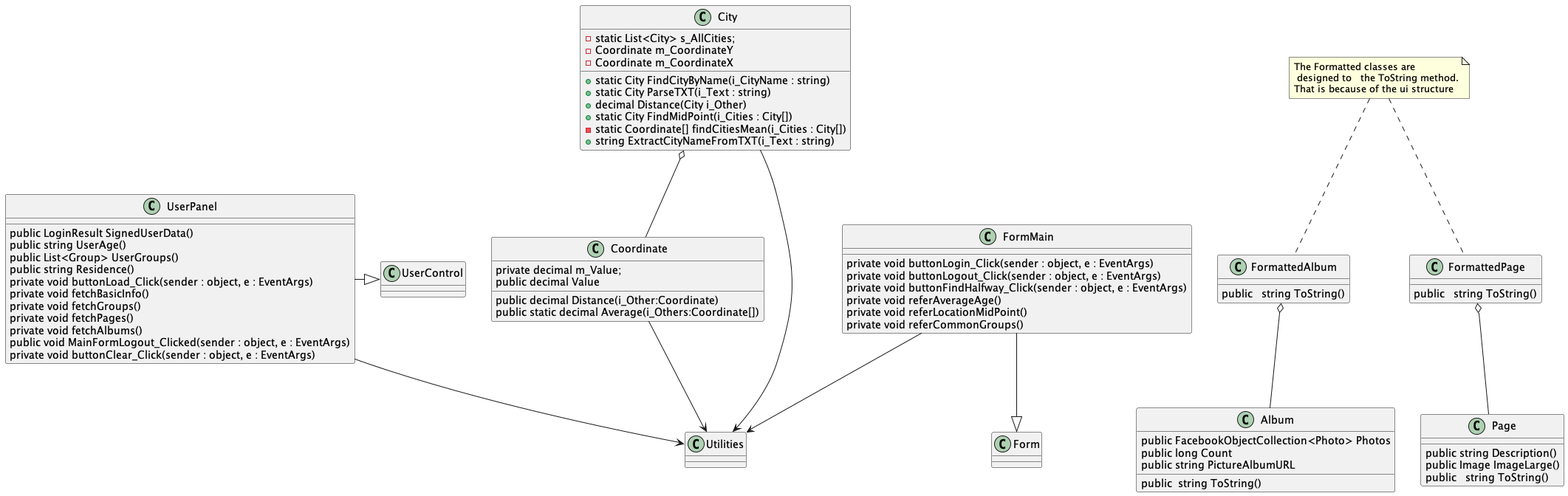
Before: Diagrams/AppClasses.png, a diagram exported from PlantUML (GilPasi/Design-Patterns-Course). The source it was exported from:
```plantuml
@startuml
class City
{
    -static List<City> s_AllCities;
    -Coordinate m_CoordinateY
    -Coordinate m_CoordinateX

    +static City FindCityByName(i_CityName : string)
    +static City ParseTXT(i_Text : string)
    +decimal Distance(City i_Other)
    +static City FindMidPoint(i_Cities : City[])
    -static Coordinate[] findCitiesMean(i_Cities : City[])
    +string ExtractCityNameFromTXT(i_Text : string)
}

class Coordinate
{
    private decimal m_Value;
    public decimal Value
    public decimal Distance(i_Other:Coordinate)
    public static decimal Average(i_Others:Coordinate[])
}
class FormattedAlbum
{
    public   string ToString()
}
class FormattedPage
{
    public   string ToString()
}
class FormMain{
    private void buttonLogin_Click(sender : object, e : EventArgs)
    private void buttonLogout_Click(sender : object, e : EventArgs)
    private void buttonFindHalfway_Click(sender : object, e : EventArgs)
    private void referAverageAge()
    private void referLocationMidPoint()
    private void referCommonGroups()
}

class UserPanel
{
    public LoginResult SignedUserData()
    public string UserAge()
    public List<Group> UserGroups()
    public string Residence()
    private void buttonLoad_Click(sender : object, e : EventArgs)
    private void fetchBasicInfo()
    private void fetchGroups()
    private void fetchPages()
    private void fetchAlbums()
    public void MainFormLogout_Clicked(sender : object, e : EventArgs)
    private void buttonClear_Click(sender : object, e : EventArgs)
}
class Utilities{}
class Form{}
class UserControl{}
class Album
{
    public FacebookObjectCollection<Photo> Photos
    public long Count
    public string PictureAlbumURL
    public  string ToString()
}

class Page
{
    public string Description()
    public Image ImageLarge()
    public   string ToString()
}

note "The Formatted classes are\n designed to   the ToString method.\nThat is because of the ui structure" as N1
N1..FormattedPage
N1..FormattedAlbum

FormMain --> Utilities
UserPanel --> Utilities
Coordinate --> Utilities
City --> Utilities
City o-- Coordinate
FormMain --|> Form
UserPanel -|> UserControl

FormattedAlbum o-- Album
FormattedPage o-- Page




@enduml
```
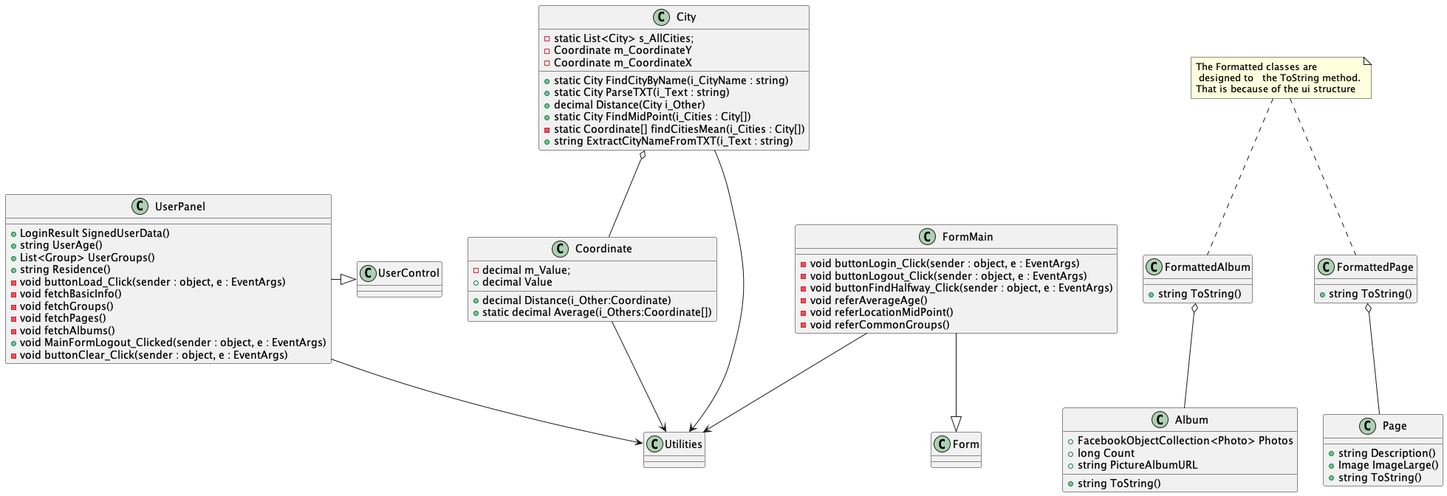
The same file after the commit.

What changed in the source:
```diff
@@ -15,58 +15,58 @@
 
 class Coordinate
 {
-    private decimal m_Value;
-    public decimal Value
-    public decimal Distance(i_Other:Coordinate)
-    public static decimal Average(i_Others:Coordinate[])
+    - decimal m_Value;
+    + decimal Value
+    + decimal Distance(i_Other:Coordinate)
+    + static decimal Average(i_Others:Coordinate[])
 }
 class FormattedAlbum
 {
-    public   string ToString()
+    +   string ToString()
 }
 class FormattedPage
 {
-    public   string ToString()
+    +   string ToString()
 }
 class FormMain{
-    private void buttonLogin_Click(sender : object, e : EventArgs)
-    private void buttonLogout_Click(sender : object, e : EventArgs)
-    private void buttonFindHalfway_Click(sender : object, e : EventArgs)
-    private void referAverageAge()
-    private void referLocationMidPoint()
-    private void referCommonGroups()
+    - void buttonLogin_Click(sender : object, e : EventArgs)
+    - void buttonLogout_Click(sender : object, e : EventArgs)
+    - void buttonFindHalfway_Click(sender : object, e : EventArgs)
+    - void referAverageAge()
+    - void referLocationMidPoint()
+    - void referCommonGroups()
 }
 
 class UserPanel
 {
-    public LoginResult SignedUserData()
-    public string UserAge()
-    public List<Group> UserGroups()
-    public string Residence()
-    private void buttonLoad_Click(sender : object, e : EventArgs)
-    private void fetchBasicInfo()
-    private void fetchGroups()
-    private void fetchPages()
-    private void fetchAlbums()
-    public void MainFormLogout_Clicked(sender : object, e : EventArgs)
-    private void buttonClear_Click(sender : object, e : EventArgs)
+    + LoginResult SignedUserData()
+    + string UserAge()
+    + List<Group> UserGroups()
+    + string Residence()
+    - void buttonLoad_Click(sender : object, e : EventArgs)
+    - void fetchBasicInfo()
+    - void fetchGroups()
+    - void fetchPages()
+    - void fetchAlbums()
+    + void MainFormLogout_Clicked(sender : object, e : EventArgs)
+    - void buttonClear_Click(sender : object, e : EventArgs)
 }
 class Utilities{}
 class Form{}
 class UserControl{}
 class Album
 {
-    public FacebookObjectCollection<Photo> Photos
-    public long Count
-    public string PictureAlbumURL
-    public  string ToString()
+    + FacebookObjectCollection<Photo> Photos
+    + long Count
+    + string PictureAlbumURL
+    +  string ToString()
 }
 
 class Page
 {
-    public string Description()
-    public Image ImageLarge()
-    public   string ToString()
+    + string Description()
+    + Image ImageLarge()
+    +   string ToString()
 }
 
 note "The Formatted classes are\n designed to   the ToString method.\nThat is because of the ui structure" as N1
```
